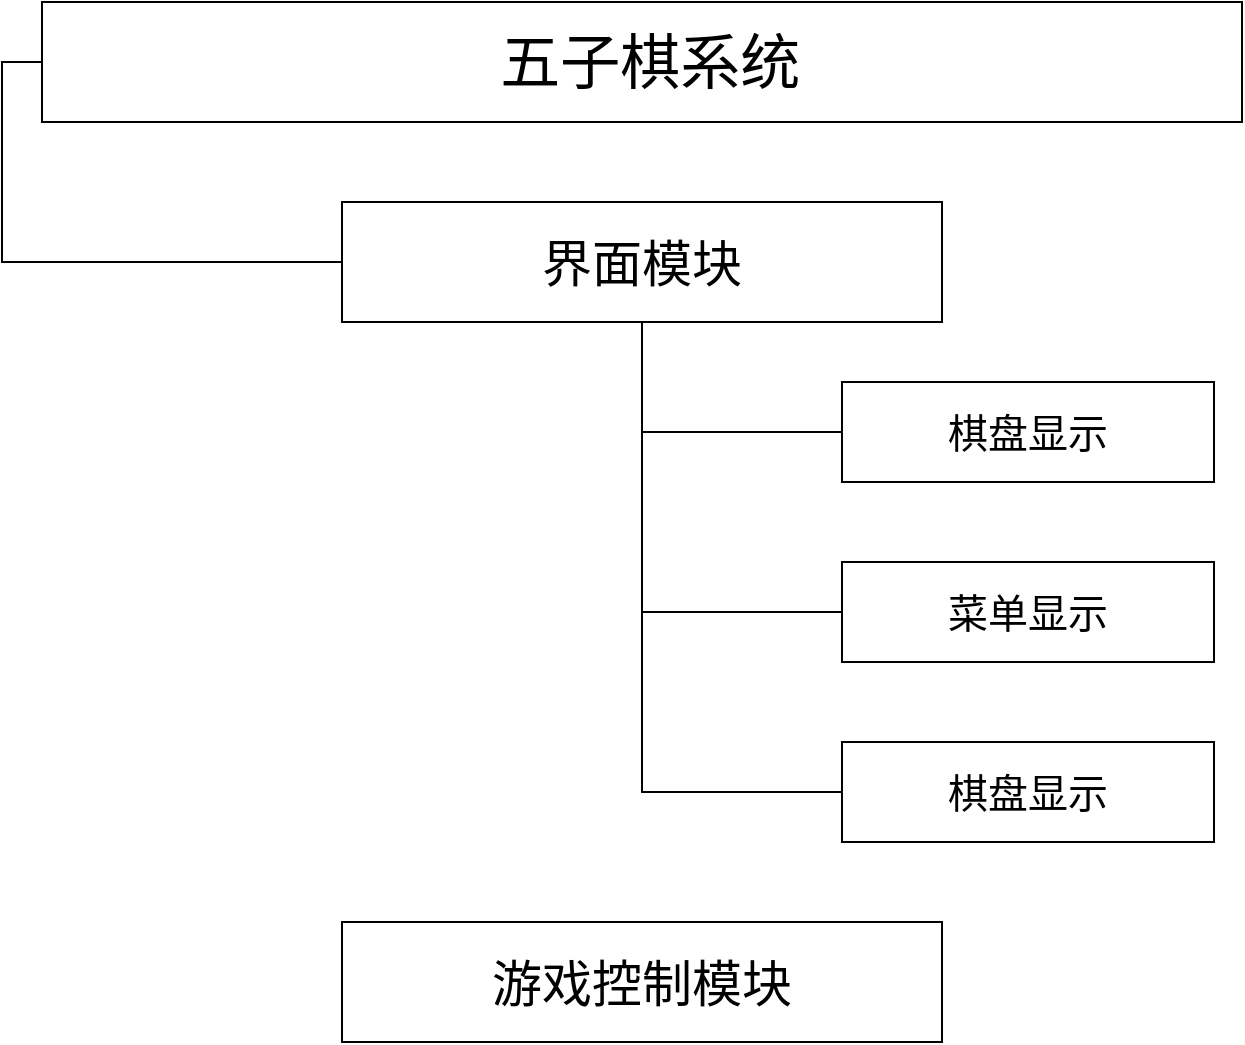
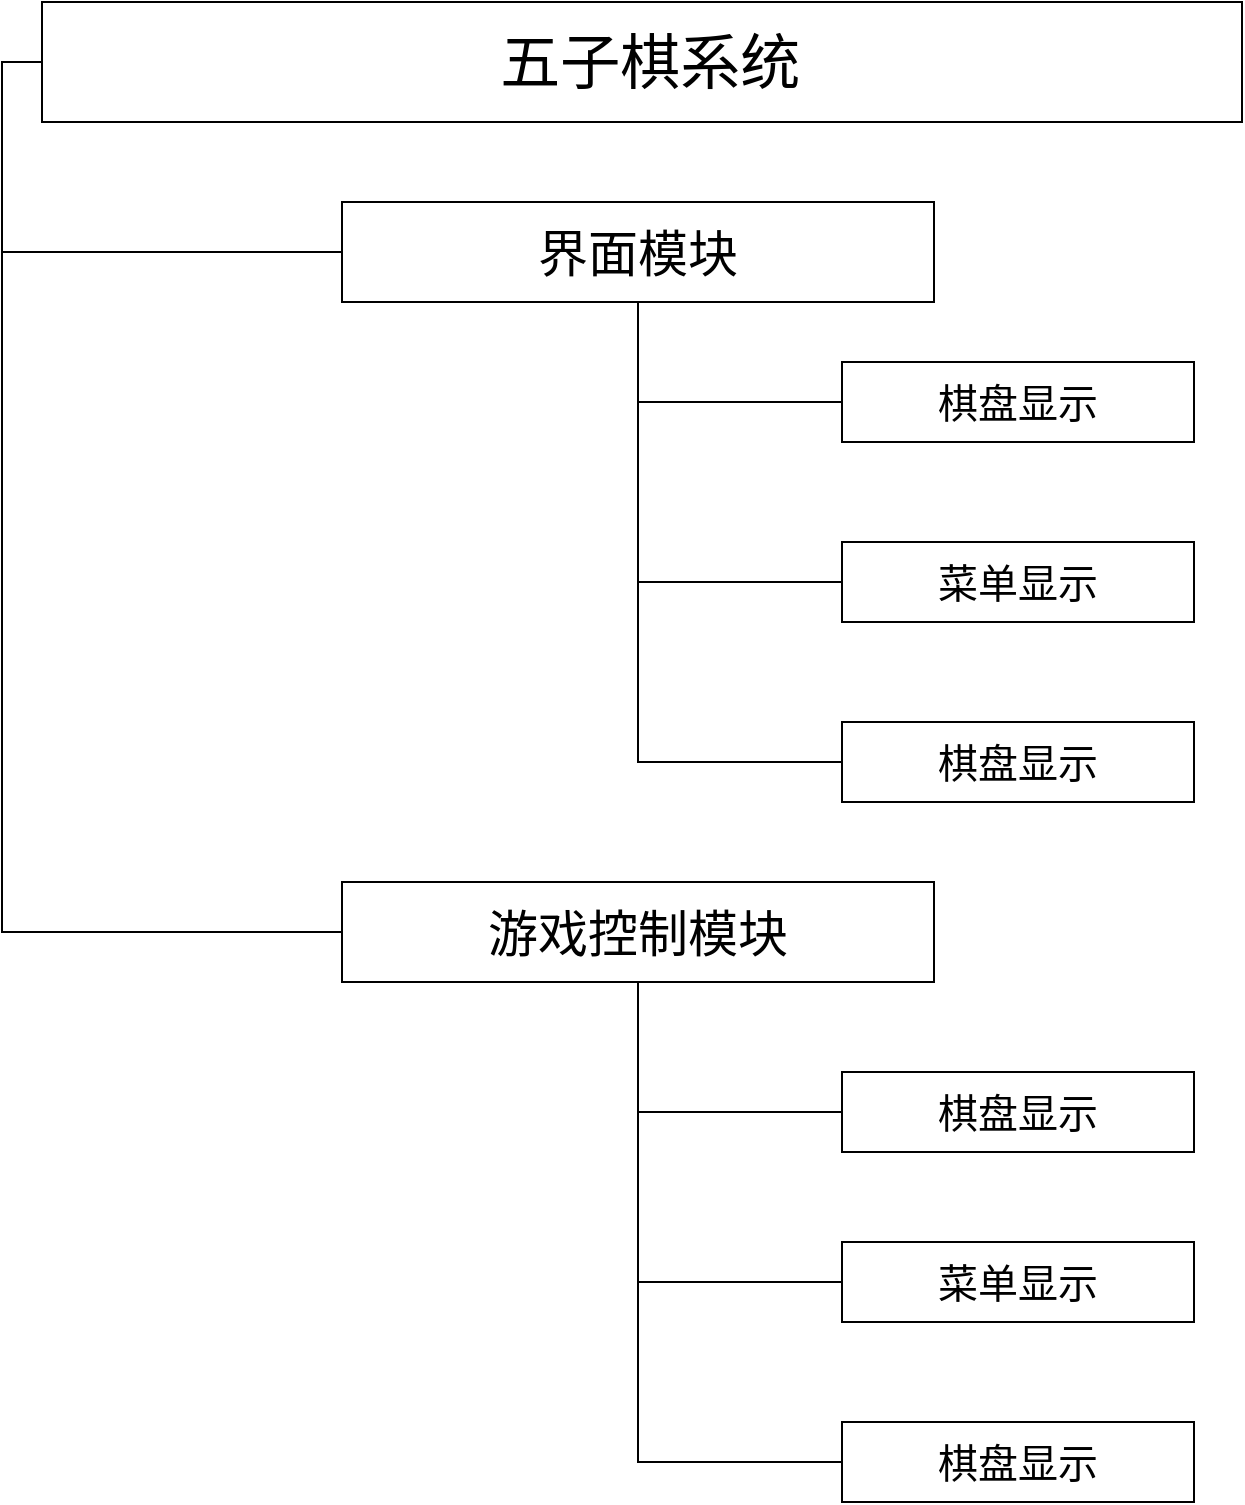
<mxfile host="app.diagrams.net">
  <diagram name="第 1 页" id="6xUhiLo2wfzWYMqrNlDq">
    <mxGraphModel dx="2054" dy="1198" grid="1" gridSize="10" guides="1" tooltips="1" connect="1" arrows="1" fold="1" page="1" pageScale="1" pageWidth="827" pageHeight="1169" math="0" shadow="0">
      <root>
        <mxCell id="0" />
        <mxCell id="1" parent="0" />
        <mxCell id="8LW64uSIi9CgH1aFV7yo-34" edge="1" parent="1" source="8LW64uSIi9CgH1aFV7yo-30" style="edgeStyle=orthogonalEdgeStyle;rounded=0;orthogonalLoop=1;jettySize=auto;html=1;exitX=0;exitY=0.5;exitDx=0;exitDy=0;entryX=0;entryY=0.5;entryDx=0;entryDy=0;endArrow=none;endFill=0;" target="8LW64uSIi9CgH1aFV7yo-32">
+           <mxGeometry relative="1" as="geometry" />
+         </mxCell>
+         <mxCell id="8LW64uSIi9CgH1aFV7yo-42" edge="1" parent="1" source="8LW64uSIi9CgH1aFV7yo-30" style="edgeStyle=orthogonalEdgeStyle;rounded=0;orthogonalLoop=1;jettySize=auto;html=1;exitX=0;exitY=0.5;exitDx=0;exitDy=0;entryX=0;entryY=0.5;entryDx=0;entryDy=0;endArrow=none;endFill=0;" target="8LW64uSIi9CgH1aFV7yo-41">
          <mxGeometry relative="1" as="geometry" />
        </mxCell>
        <mxCell id="8LW64uSIi9CgH1aFV7yo-30" parent="1" style="rounded=0;whiteSpace=wrap;html=1;" value="&lt;font style=&quot;font-size: 30px;&quot;&gt;&amp;nbsp;五子棋系统&lt;/font&gt;" vertex="1">
          <mxGeometry height="60" width="600" x="114" y="30" as="geometry" />
        </mxCell>
        <mxCell id="8LW64uSIi9CgH1aFV7yo-38" edge="1" parent="1" source="8LW64uSIi9CgH1aFV7yo-32" style="edgeStyle=orthogonalEdgeStyle;rounded=0;orthogonalLoop=1;jettySize=auto;html=1;exitX=0.5;exitY=1;exitDx=0;exitDy=0;entryX=0;entryY=0.5;entryDx=0;entryDy=0;endArrow=none;endFill=0;" target="8LW64uSIi9CgH1aFV7yo-35">
          <mxGeometry relative="1" as="geometry" />
        </mxCell>
        <mxCell id="8LW64uSIi9CgH1aFV7yo-39" edge="1" parent="1" source="8LW64uSIi9CgH1aFV7yo-32" style="edgeStyle=orthogonalEdgeStyle;rounded=0;orthogonalLoop=1;jettySize=auto;html=1;exitX=0.5;exitY=1;exitDx=0;exitDy=0;entryX=0;entryY=0.5;entryDx=0;entryDy=0;endArrow=none;endFill=0;" target="8LW64uSIi9CgH1aFV7yo-36">
          <mxGeometry relative="1" as="geometry" />
        </mxCell>
        <mxCell id="8LW64uSIi9CgH1aFV7yo-40" edge="1" parent="1" source="8LW64uSIi9CgH1aFV7yo-32" style="edgeStyle=orthogonalEdgeStyle;rounded=0;orthogonalLoop=1;jettySize=auto;html=1;exitX=0.5;exitY=1;exitDx=0;exitDy=0;entryX=0;entryY=0.5;entryDx=0;entryDy=0;endArrow=none;endFill=0;" target="8LW64uSIi9CgH1aFV7yo-37">
          <mxGeometry relative="1" as="geometry" />
        </mxCell>
        <mxCell id="8LW64uSIi9CgH1aFV7yo-32" parent="1" style="rounded=0;whiteSpace=wrap;html=1;" value="&lt;font style=&quot;font-size: 25px;&quot;&gt;界面模块&lt;/font&gt;" vertex="1">
-           <mxGeometry height="60" width="300" x="264" y="130" as="geometry" />
+           <mxGeometry height="50" width="296" x="264" y="130" as="geometry" />
        </mxCell>
        <mxCell id="8LW64uSIi9CgH1aFV7yo-35" parent="1" style="rounded=0;whiteSpace=wrap;html=1;" value="&lt;font style=&quot;font-size: 20px;&quot;&gt;棋盘显示&lt;/font&gt;" vertex="1">
-           <mxGeometry height="50" width="186" x="514" y="220" as="geometry" />
+           <mxGeometry height="40" width="176" x="514" y="210" as="geometry" />
        </mxCell>
        <mxCell id="8LW64uSIi9CgH1aFV7yo-36" parent="1" style="rounded=0;whiteSpace=wrap;html=1;" value="&lt;font style=&quot;font-size: 20px;&quot;&gt;菜单显示&lt;/font&gt;&lt;span style=&quot;color: rgba(0, 0, 0, 0); font-family: monospace; font-size: 0px; text-align: start; white-space: nowrap;&quot;&gt;%3CmxGraphModel%3E%3Croot%3E%3CmxCell%20id%3D%220%22%2F%3E%3CmxCell%20id%3D%221%22%20parent%3D%220%22%2F%3E%3CmxCell%20id%3D%222%22%20parent%3D%221%22%20style%3D%22rounded%3D0%3BwhiteSpace%3Dwrap%3Bhtml%3D1%3B%22%20value%3D%22%26lt%3Bfont%20style%3D%26quot%3Bfont-size%3A%2020px%3B%26quot%3B%26gt%3B%E6%A3%8B%E7%9B%98%E6%98%BE%E7%A4%BA%26lt%3B%2Ffont%26gt%3B%22%20vertex%3D%221%22%3E%3CmxGeometry%20height%3D%2260%22%20width%3D%22200%22%20x%3D%22514%22%20y%3D%22300%22%20as%3D%22geometry%22%2F%3E%3C%2FmxCell%3E%3C%2Froot%3E%3C%2FmxGraphModel%3E&lt;/span&gt;" vertex="1">
-           <mxGeometry height="50" width="186" x="514" y="310" as="geometry" />
+           <mxGeometry height="40" width="176" x="514" y="300" as="geometry" />
        </mxCell>
        <mxCell id="8LW64uSIi9CgH1aFV7yo-37" parent="1" style="rounded=0;whiteSpace=wrap;html=1;" value="&lt;font style=&quot;font-size: 20px;&quot;&gt;棋盘显示&lt;/font&gt;" vertex="1">
-           <mxGeometry height="50" width="186" x="514" y="400" as="geometry" />
+           <mxGeometry height="40" width="176" x="514" y="390" as="geometry" />
+         </mxCell>
+         <mxCell id="8LW64uSIi9CgH1aFV7yo-46" edge="1" parent="1" source="8LW64uSIi9CgH1aFV7yo-41" style="edgeStyle=orthogonalEdgeStyle;rounded=0;orthogonalLoop=1;jettySize=auto;html=1;exitX=0.5;exitY=1;exitDx=0;exitDy=0;entryX=0;entryY=0.5;entryDx=0;entryDy=0;endArrow=none;endFill=0;startArrow=none;startFill=0;" target="8LW64uSIi9CgH1aFV7yo-43">
+           <mxGeometry relative="1" as="geometry" />
+         </mxCell>
+         <mxCell id="8LW64uSIi9CgH1aFV7yo-47" edge="1" parent="1" source="8LW64uSIi9CgH1aFV7yo-41" style="edgeStyle=orthogonalEdgeStyle;rounded=0;orthogonalLoop=1;jettySize=auto;html=1;exitX=0.5;exitY=1;exitDx=0;exitDy=0;entryX=0;entryY=0.5;entryDx=0;entryDy=0;endArrow=none;endFill=0;" target="8LW64uSIi9CgH1aFV7yo-44">
+           <mxGeometry relative="1" as="geometry" />
+         </mxCell>
+         <mxCell id="8LW64uSIi9CgH1aFV7yo-48" edge="1" parent="1" source="8LW64uSIi9CgH1aFV7yo-41" style="edgeStyle=orthogonalEdgeStyle;rounded=0;orthogonalLoop=1;jettySize=auto;html=1;exitX=0.5;exitY=1;exitDx=0;exitDy=0;entryX=0;entryY=0.5;entryDx=0;entryDy=0;endArrow=none;endFill=0;" target="8LW64uSIi9CgH1aFV7yo-45">
+           <mxGeometry relative="1" as="geometry" />
        </mxCell>
        <mxCell id="8LW64uSIi9CgH1aFV7yo-41" parent="1" style="rounded=0;whiteSpace=wrap;html=1;" value="&lt;font style=&quot;font-size: 25px;&quot;&gt;游戏控制模块&lt;/font&gt;" vertex="1">
-           <mxGeometry height="60" width="300" x="264" y="490" as="geometry" />
+           <mxGeometry height="50" width="296" x="264" y="470" as="geometry" />
+         </mxCell>
+         <mxCell id="8LW64uSIi9CgH1aFV7yo-43" parent="1" style="rounded=0;whiteSpace=wrap;html=1;" value="&lt;font style=&quot;font-size: 20px;&quot;&gt;棋盘显示&lt;/font&gt;" vertex="1">
+           <mxGeometry height="40" width="176" x="514" y="565" as="geometry" />
+         </mxCell>
+         <mxCell id="8LW64uSIi9CgH1aFV7yo-44" parent="1" style="rounded=0;whiteSpace=wrap;html=1;" value="&lt;font style=&quot;font-size: 20px;&quot;&gt;菜单显示&lt;/font&gt;&lt;span style=&quot;color: rgba(0, 0, 0, 0); font-family: monospace; font-size: 0px; text-align: start; white-space: nowrap;&quot;&gt;%3CmxGraphModel%3E%3Croot%3E%3CmxCell%20id%3D%220%22%2F%3E%3CmxCell%20id%3D%221%22%20parent%3D%220%22%2F%3E%3CmxCell%20id%3D%222%22%20parent%3D%221%22%20style%3D%22rounded%3D0%3BwhiteSpace%3Dwrap%3Bhtml%3D1%3B%22%20value%3D%22%26lt%3Bfont%20style%3D%26quot%3Bfont-size%3A%2020px%3B%26quot%3B%26gt%3B%E6%A3%8B%E7%9B%98%E6%98%BE%E7%A4%BA%26lt%3B%2Ffont%26gt%3B%22%20vertex%3D%221%22%3E%3CmxGeometry%20height%3D%2260%22%20width%3D%22200%22%20x%3D%22514%22%20y%3D%22300%22%20as%3D%22geometry%22%2F%3E%3C%2FmxCell%3E%3C%2Froot%3E%3C%2FmxGraphModel%3E&lt;/span&gt;" vertex="1">
+           <mxGeometry height="40" width="176" x="514" y="650" as="geometry" />
+         </mxCell>
+         <mxCell id="8LW64uSIi9CgH1aFV7yo-45" parent="1" style="rounded=0;whiteSpace=wrap;html=1;" value="&lt;font style=&quot;font-size: 20px;&quot;&gt;棋盘显示&lt;/font&gt;" vertex="1">
+           <mxGeometry height="40" width="176" x="514" y="740" as="geometry" />
        </mxCell>
      </root>
    </mxGraphModel>
  </diagram>
</mxfile>
